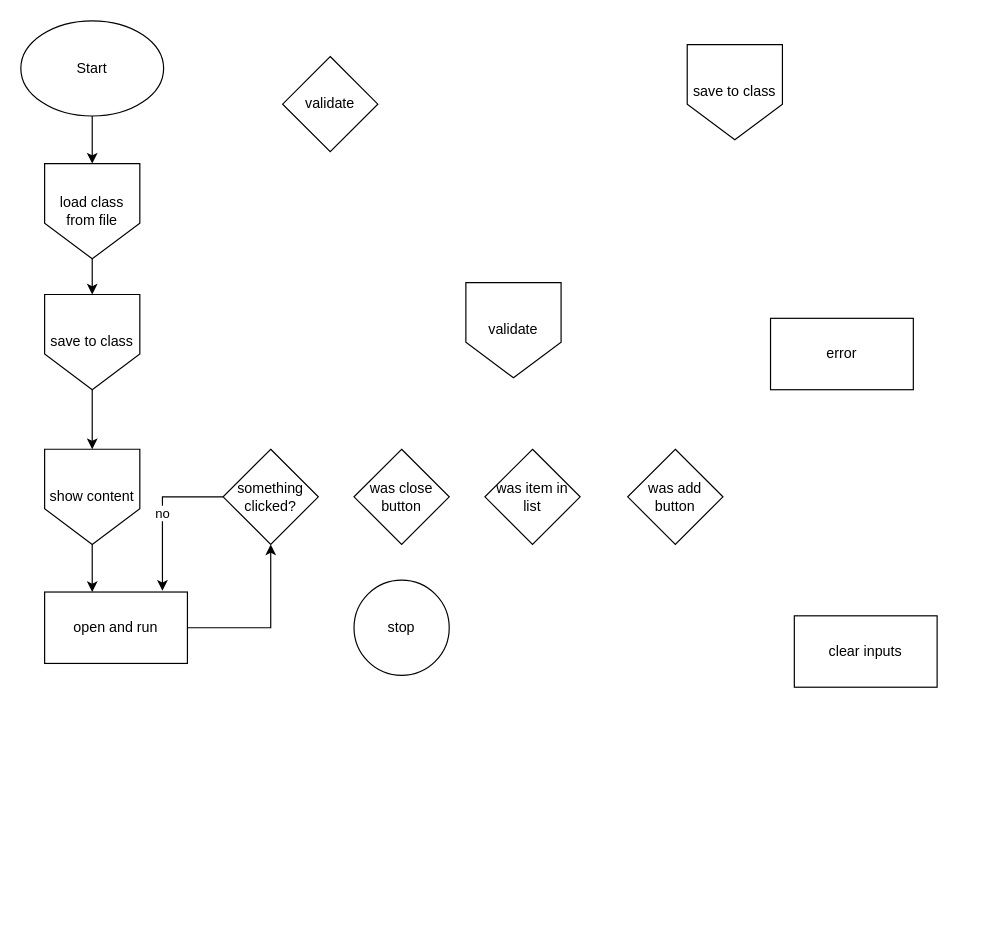
This is .github/Refferences/flowchart.drawio from NPITX-programs/AdressBook, a draw.io file, before an edit. Source tidied: cells renumbered, new cells numbered last; positions are measured from the earlier drawing's top-left corner, leaving out a move shared by most shapes. Both pictures are drawn from the tidied source at 119%, with x=0, y=0 at pixel (20, 20).
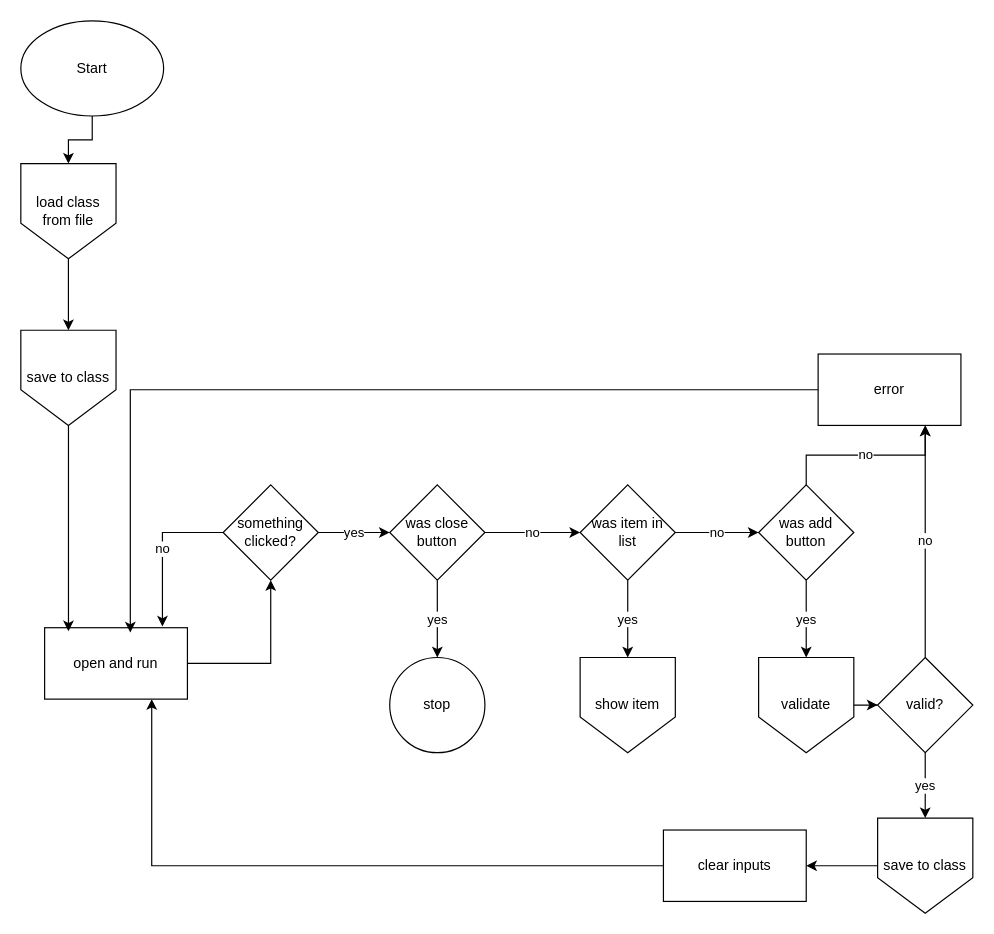
Above is the later version.

The change refers to these unchanged cells:
```xml
<mxCell id="3" value="Start" style="ellipse;whiteSpace=wrap;html=1;" parent="1" vertex="1">
  <mxGeometry width="120" height="80" as="geometry" />
</mxCell>
```

Change to the diagram source:
```diff
@@
-    <mxCell id="2" style="edgeStyle=orthogonalEdgeStyle;rounded=0;jettySize=auto;html=1;" parent="1" edge="1" source="3" target="5">
+    <mxCell id="2" style="edgeStyle=orthogonalEdgeStyle;rounded=0;jettySize=auto;html=1;entryX=0.5;entryY=0;entryDx=0;entryDy=0;" parent="1" edge="1" source="3" target="5">
       <mxGeometry relative="1" as="geometry" />
     </mxCell>
@@
     <mxCell id="5" value="load class from file" style="shape=offPageConnector;whiteSpace=wrap;html=1;" parent="1" vertex="1">
-      <mxGeometry x="20" y="120" width="80" height="80" as="geometry" />
+      <mxGeometry y="120" width="80" height="80" as="geometry" />
     </mxCell>
-    <mxCell id="6" style="edgeStyle=orthogonalEdgeStyle;rounded=0;jettySize=auto;html=1;" parent="1" edge="1" source="7" target="15">
-      <mxGeometry relative="1" as="geometry" />
-    </mxCell>
     <mxCell id="7" value="save to class" style="shape=offPageConnector;whiteSpace=wrap;html=1;" parent="1" vertex="1">
-      <mxGeometry x="20" y="230" width="80" height="80" as="geometry" />
+      <mxGeometry y="260" width="80" height="80" as="geometry" />
     </mxCell>
@@
     <mxCell id="9" value="open and run" style="rounded=0;whiteSpace=wrap;html=1;" parent="1" vertex="1">
-      <mxGeometry x="20" y="480" width="120" height="60" as="geometry" />
+      <mxGeometry x="20" y="510" width="120" height="60" as="geometry" />
     </mxCell>
+    <mxCell id="23" value="no" style="edgeStyle=orthogonalEdgeStyle;rounded=0;jettySize=auto;html=1;" parent="1" edge="1" source="10" target="13">
+      <mxGeometry relative="1" as="geometry" />
+    </mxCell>
+    <mxCell id="24" value="yes" style="edgeStyle=orthogonalEdgeStyle;rounded=0;jettySize=auto;html=1;" parent="1" edge="1" source="10" target="12">
+      <mxGeometry relative="1" as="geometry" />
+    </mxCell>
     <mxCell id="10" value="was close button" style="rhombus;whiteSpace=wrap;html=1;" parent="1" vertex="1">
-      <mxGeometry x="280" y="360" width="80" height="80" as="geometry" />
+      <mxGeometry x="310" y="390" width="80" height="80" as="geometry" />
     </mxCell>
+    <mxCell id="25" value="yes" style="edgeStyle=orthogonalEdgeStyle;rounded=0;jettySize=auto;html=1;" parent="1" edge="1" source="11" target="10">
+      <mxGeometry relative="1" as="geometry" />
+    </mxCell>
     <mxCell id="11" value="something clicked?" style="rhombus;whiteSpace=wrap;html=1;" parent="1" vertex="1">
-      <mxGeometry x="170" y="360" width="80" height="80" as="geometry" />
+      <mxGeometry x="170" y="390" width="80" height="80" as="geometry" />
     </mxCell>
     <mxCell id="12" value="stop" style="ellipse;whiteSpace=wrap;html=1;" parent="1" vertex="1">
-      <mxGeometry x="280" y="470" width="80" height="80" as="geometry" />
+      <mxGeometry x="310" y="535" width="80" height="80" as="geometry" />
     </mxCell>
+    <mxCell id="26" value="no" style="edgeStyle=orthogonalEdgeStyle;rounded=0;jettySize=auto;html=1;" parent="1" edge="1" source="13" target="16">
+      <mxGeometry relative="1" as="geometry" />
+    </mxCell>
+    <mxCell id="27" value="yes" style="edgeStyle=orthogonalEdgeStyle;rounded=0;jettySize=auto;html=1;" parent="1" edge="1" source="13" target="35">
+      <mxGeometry relative="1" as="geometry" />
+    </mxCell>
     <mxCell id="13" value="was item in list" style="rhombus;whiteSpace=wrap;html=1;" parent="1" vertex="1">
-      <mxGeometry x="390" y="360" width="80" height="80" as="geometry" />
+      <mxGeometry x="470" y="390" width="80" height="80" as="geometry" />
     </mxCell>
-    <mxCell id="14" style="edgeStyle=orthogonalEdgeStyle;rounded=0;jettySize=auto;html=1;" parent="1" edge="1" source="15" target="9">
-      <mxGeometry relative="1" as="geometry">
-        <Array as="points">
-          <mxPoint x="60" y="470" />
-          <mxPoint x="60" y="470" />
-        </Array>
-      </mxGeometry>
-    </mxCell>
-    <mxCell id="15" value="show content" style="shape=offPageConnector;whiteSpace=wrap;html=1;" parent="1" vertex="1">
-      <mxGeometry x="20" y="360" width="80" height="80" as="geometry" />
-    </mxCell>
+    <mxCell id="28" value="yes" style="edgeStyle=orthogonalEdgeStyle;rounded=0;jettySize=auto;html=1;" parent="1" edge="1" source="16" target="17">
+      <mxGeometry relative="1" as="geometry" />
+    </mxCell>
+    <mxCell id="29" value="no" style="edgeStyle=orthogonalEdgeStyle;rounded=0;jettySize=auto;html=1;entryX=0.75;entryY=1;entryDx=0;entryDy=0;" parent="1" edge="1" source="16" target="21">
+      <mxGeometry relative="1" as="geometry" />
+    </mxCell>
     <mxCell id="16" value="was add button" style="rhombus;whiteSpace=wrap;html=1;" parent="1" vertex="1">
-      <mxGeometry x="510" y="360" width="80" height="80" as="geometry" />
+      <mxGeometry x="620" y="390" width="80" height="80" as="geometry" />
     </mxCell>
+    <mxCell id="30" style="edgeStyle=orthogonalEdgeStyle;rounded=0;jettySize=auto;html=1;" parent="1" edge="1" source="17" target="18">
+      <mxGeometry relative="1" as="geometry" />
+    </mxCell>
     <mxCell id="17" value="validate" style="shape=offPageConnector;whiteSpace=wrap;html=1;" parent="1" vertex="1">
-      <mxGeometry x="374" y="220" width="80" height="80" as="geometry" />
+      <mxGeometry x="620" y="535" width="80" height="80" as="geometry" />
     </mxCell>
+    <mxCell id="31" value="no" style="edgeStyle=orthogonalEdgeStyle;rounded=0;jettySize=auto;html=1;" parent="1" edge="1" source="18" target="21">
+      <mxGeometry relative="1" as="geometry">
+        <Array as="points">
+          <mxPoint x="760" y="310" />
+        </Array>
+      </mxGeometry>
+    </mxCell>
+    <mxCell id="32" value="yes" style="edgeStyle=orthogonalEdgeStyle;rounded=0;jettySize=auto;html=1;" parent="1" edge="1" source="18" target="19">
+      <mxGeometry relative="1" as="geometry" />
+    </mxCell>
-    <mxCell id="18" value="validate" style="rhombus;whiteSpace=wrap;html=1;" parent="1" vertex="1">
-      <mxGeometry x="220" y="30" width="80" height="80" as="geometry" />
+    <mxCell id="18" value="valid?" style="rhombus;whiteSpace=wrap;html=1;" parent="1" vertex="1">
+      <mxGeometry x="720" y="535" width="80" height="80" as="geometry" />
     </mxCell>
+    <mxCell id="33" style="edgeStyle=orthogonalEdgeStyle;rounded=0;jettySize=auto;html=1;" parent="1" edge="1" source="19" target="20">
+      <mxGeometry relative="1" as="geometry" />
+    </mxCell>
     <mxCell id="19" value="save to class" style="shape=offPageConnector;whiteSpace=wrap;html=1;" parent="1" vertex="1">
-      <mxGeometry x="560" y="20" width="80" height="80" as="geometry" />
+      <mxGeometry x="720" y="670" width="80" height="80" as="geometry" />
     </mxCell>
+    <mxCell id="34" style="edgeStyle=orthogonalEdgeStyle;rounded=0;jettySize=auto;html=1;entryX=0.75;entryY=1;entryDx=0;entryDy=0;" parent="1" edge="1" source="20" target="9">
+      <mxGeometry relative="1" as="geometry" />
+    </mxCell>
     <mxCell id="20" value="clear inputs" style="rounded=0;whiteSpace=wrap;html=1;" parent="1" vertex="1">
-      <mxGeometry x="650" y="500" width="120" height="60" as="geometry" />
+      <mxGeometry x="540" y="680" width="120" height="60" as="geometry" />
     </mxCell>
     <mxCell id="21" value="error" style="rounded=0;whiteSpace=wrap;html=1;" parent="1" vertex="1">
-      <mxGeometry x="630" y="250" width="120" height="60" as="geometry" />
+      <mxGeometry x="670" y="280" width="120" height="60" as="geometry" />
     </mxCell>
@@
+    <mxCell id="35" value="show item" style="shape=offPageConnector;whiteSpace=wrap;html=1;" parent="1" vertex="1">
+      <mxGeometry x="470" y="535" width="80" height="80" as="geometry" />
+    </mxCell>
+    <mxCell id="36" style="edgeStyle=orthogonalEdgeStyle;rounded=0;jettySize=auto;html=1;entryX=0.167;entryY=0.05;entryDx=0;entryDy=0;entryPerimeter=0;" parent="1" edge="1" source="7" target="9">
+      <mxGeometry relative="1" as="geometry" />
+    </mxCell>
+    <mxCell id="37" style="edgeStyle=orthogonalEdgeStyle;rounded=0;jettySize=auto;html=1;entryX=0.6;entryY=0.067;entryDx=0;entryDy=0;entryPerimeter=0;" parent="1" edge="1" source="21" target="9">
+      <mxGeometry relative="1" as="geometry">
+        <Array as="points">
+          <mxPoint x="92" y="310" />
+        </Array>
+      </mxGeometry>
+    </mxCell>
```
